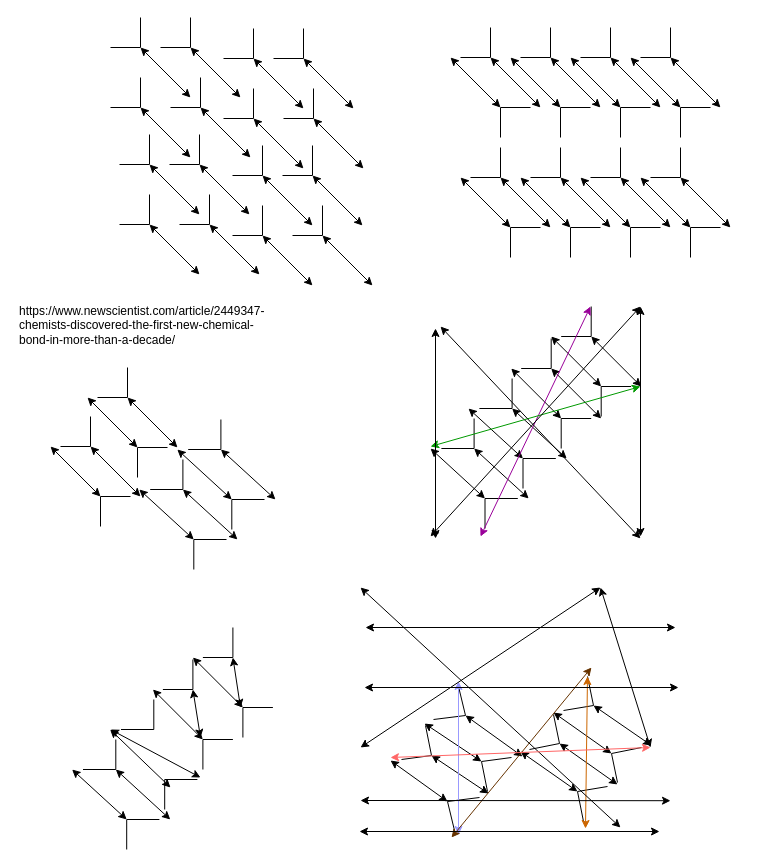
Above: page "Page-2" (2 of 2) of Vector_decomp.drawio in rebelclause/AI (draw.io), before the change. Source tidied: cells renumbered, new cells numbered last; positions are measured from the earlier drawing's top-left corner, leaving out a move shared by most shapes. Both pictures are drawn from the tidied source at 100%, with x=0, y=0 at pixel (17, 7).
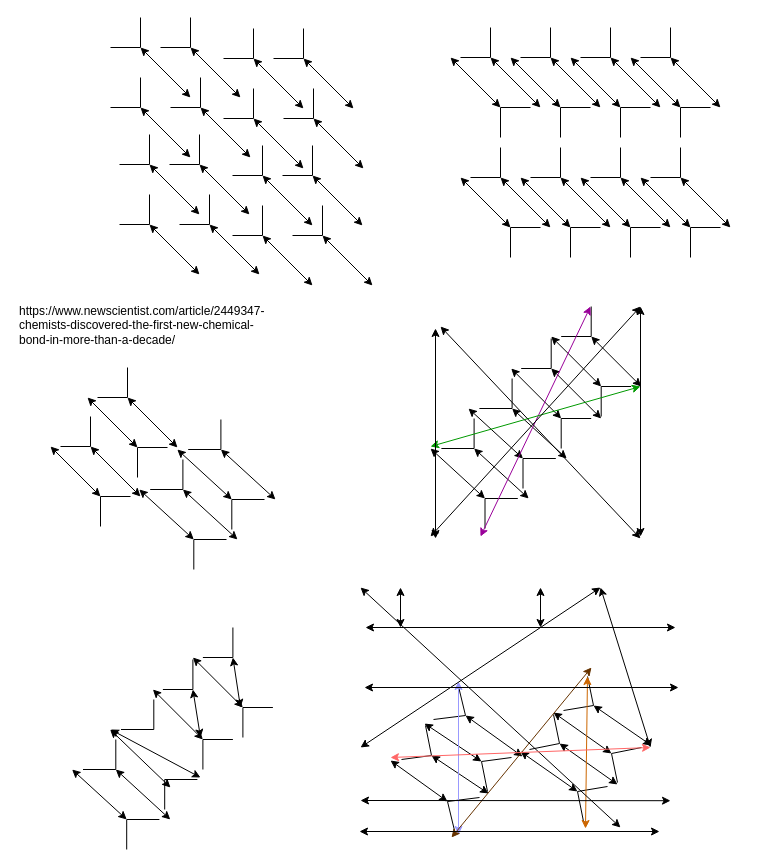
Above is the later version.

Change to the diagram source:
```diff
@@
+    <mxCell id="316" style="endArrow=classic;startArrow=classic;html=1;rounded=0;" parent="1" edge="1">
+      <mxGeometry relative="1" as="geometry">
+        <mxPoint x="383" y="620" as="sourcePoint" />
+        <mxPoint x="383" y="580" as="targetPoint" />
+      </mxGeometry>
+    </mxCell>
+    <mxCell id="317" style="endArrow=classic;startArrow=classic;html=1;rounded=0;" parent="1" edge="1">
+      <mxGeometry relative="1" as="geometry">
+        <mxPoint x="523" y="580" as="sourcePoint" />
+        <mxPoint x="523" y="620" as="targetPoint" />
+      </mxGeometry>
+    </mxCell>
```
